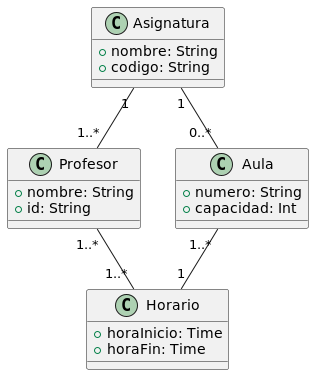
This is Diagramas/Clases.png from SrNe0/HorarioUIS, a PlantUML export, as it was before one commit. The source it was exported from:
```plantuml
@startuml
class Asignatura {
  +nombre: String
  +codigo: String
}
class Profesor {
  +nombre: String
  +id: String
}
class Aula {
  +numero: String
  +capacidad: Int
}
class Horario {
  +horaInicio: Time
  +horaFin: Time
}

Asignatura "1" -- "1..*" Profesor
Asignatura "1" -- "0..*" Aula
Profesor "1..*" -- "1..*" Horario
Aula "1..*" -- "1" Horario
@enduml
```
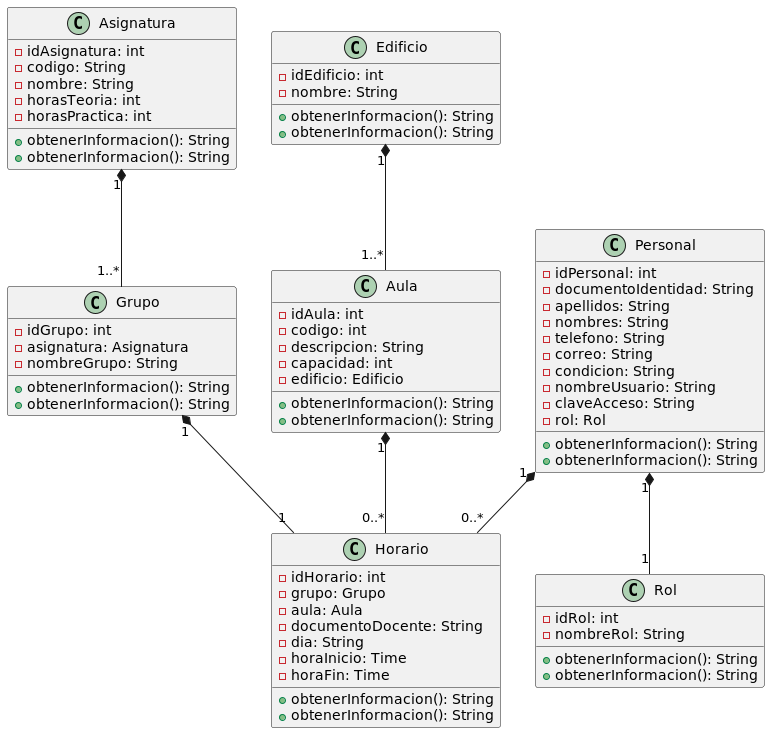
After the change.

The edit, as a diff of the source:
```diff
@@ -1,23 +1,79 @@
 @startuml
 class Asignatura {
-  +nombre: String
-  +codigo: String
-}
-class Profesor {
-  +nombre: String
-  +id: String
-}
-class Aula {
-  +numero: String
-  +capacidad: Int
-}
-class Horario {
-  +horaInicio: Time
-  +horaFin: Time
+    - idAsignatura: int
+    - codigo: String
+    - nombre: String
+    - horasTeoria: int
+    - horasPractica: int
+    + obtenerInformacion(): String
 }
 
-Asignatura "1" -- "1..*" Profesor
-Asignatura "1" -- "0..*" Aula
-Profesor "1..*" -- "1..*" Horario
-Aula "1..*" -- "1" Horario
+class Grupo {
+    - idGrupo: int
+    - asignatura: Asignatura
+    - nombreGrupo: String
+    + obtenerInformacion(): String
+}
+
+class Edificio {
+    - idEdificio: int
+    - nombre: String
+    + obtenerInformacion(): String
+}
+
+class Aula {
+    - idAula: int
+    - codigo: int
+    - descripcion: String
+    - capacidad: int
+    - edificio: Edificio
+    + obtenerInformacion(): String
+}
+
+class Personal {
+    - idPersonal: int
+    - documentoIdentidad: String
+    - apellidos: String
+    - nombres: String
+    - telefono: String
+    - correo: String
+    - condicion: String
+    - nombreUsuario: String
+    - claveAcceso: String
+    - rol: Rol
+    + obtenerInformacion(): String
+}
+
+class Rol {
+    - idRol: int
+    - nombreRol: String
+    + obtenerInformacion(): String
+}
+
+class Horario {
+    - idHorario: int
+    - grupo: Grupo
+    - aula: Aula
+    - documentoDocente: String
+    - dia: String
+    - horaInicio: Time
+    - horaFin: Time
+    + obtenerInformacion(): String
+}
+
+Asignatura "1" *-- "1..*" Grupo
+Grupo "1" *-- "1" Horario
+Edificio "1" *-- "1..*" Aula
+Personal "1" *-- "1" Rol
+Personal "1" *-- "0..*" Horario
+Aula "1" *-- "0..*" Horario
+
+Asignatura : +obtenerInformacion(): String
+Grupo : +obtenerInformacion(): String
+Edificio : +obtenerInformacion(): String
+Aula : +obtenerInformacion(): String
+Personal : +obtenerInformacion(): String
+Rol : +obtenerInformacion(): String
+Horario : +obtenerInformacion(): String
+
 @enduml
```
